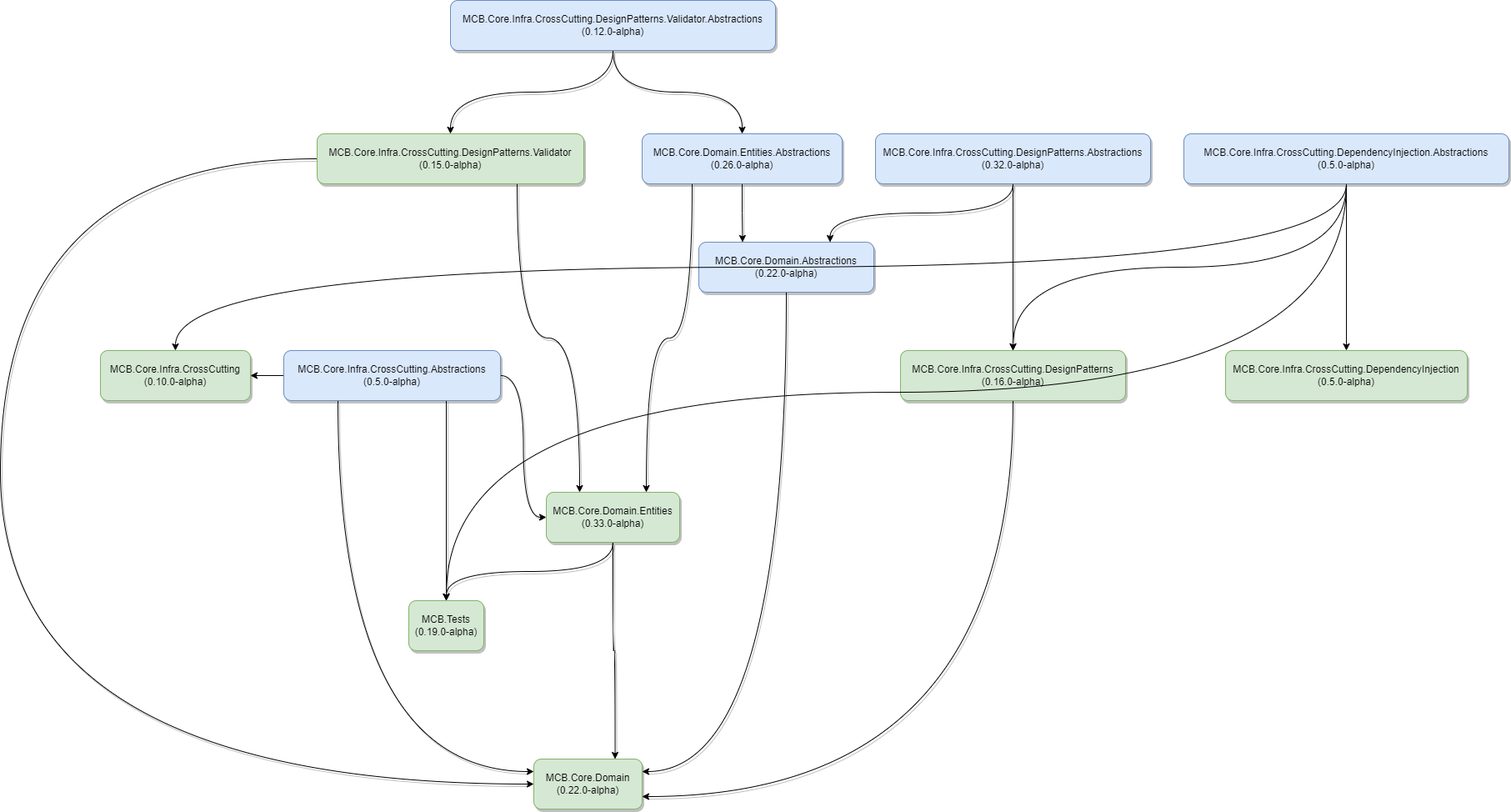
MarceloCas/Docs keeps this draw.io diagram as Core/diagrams/exported/core-overview.drawio.png. Above is the earlier version. Source tidied: cells renumbered, new cells last; positions are measured from the earlier drawing's top-left corner, leaving out a move shared by most shapes.
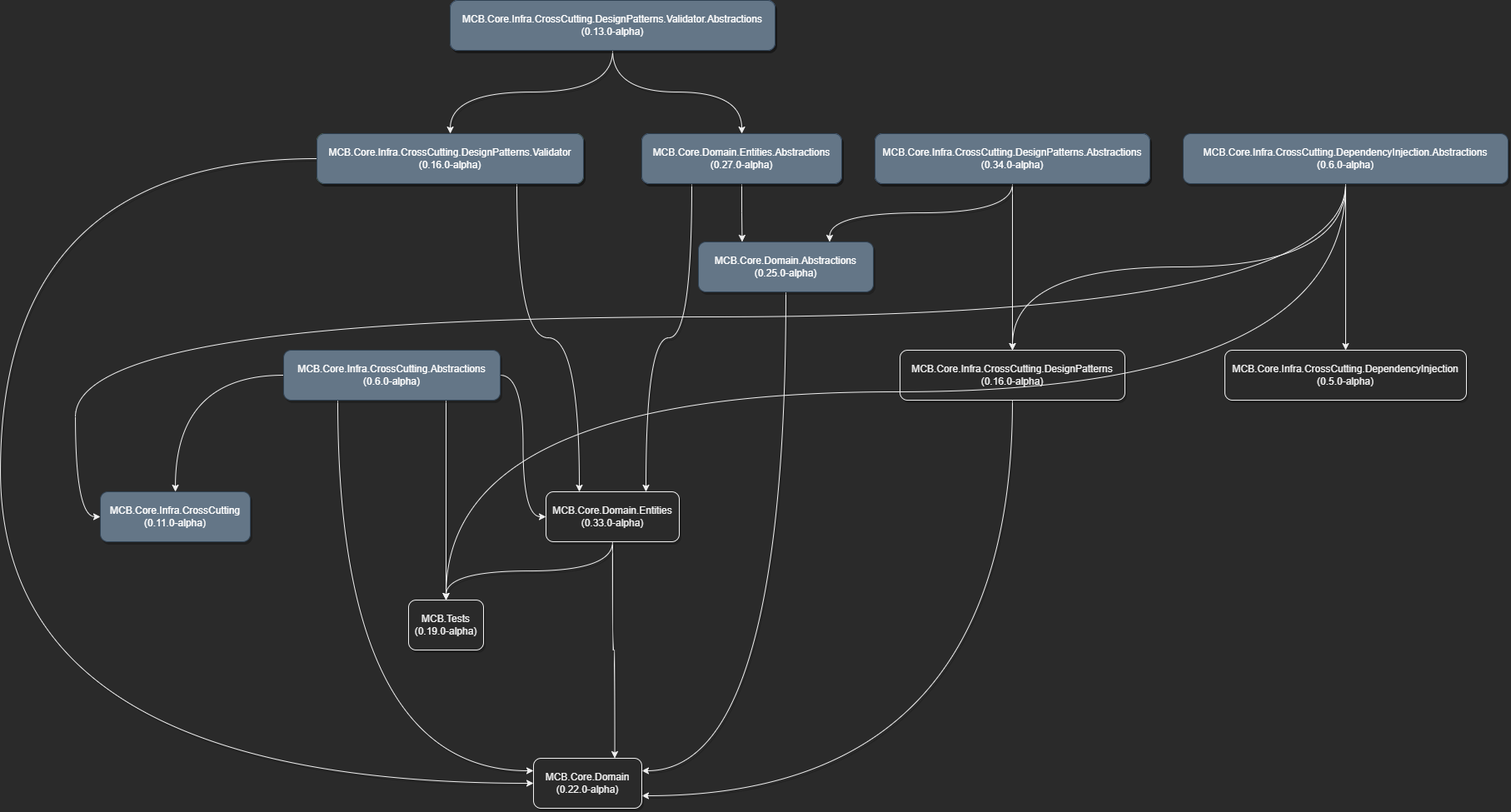
The same diagram one commit later.

Commit message:
doc: update package versions

Diff of the diagram source:
```diff
@@ -14,7 +14,7 @@
     <mxCell id="5" style="edgeStyle=orthogonalEdgeStyle;rounded=0;jettySize=auto;html=1;curved=1;" parent="1" edge="1" source="6" target="34">
       <mxGeometry relative="1" as="geometry" />
     </mxCell>
-    <mxCell id="6" value="MCB.Core.Infra.CrossCutting.Abstractions&lt;br&gt;(0.5.0-alpha)" style="rounded=1;whiteSpace=wrap;html=1;shadow=1;fillColor=#dae8fc;strokeColor=#6c8ebf;" parent="1" vertex="1">
+    <mxCell id="6" value="MCB.Core.Infra.CrossCutting.Abstractions&lt;br&gt;(0.6.0-alpha)" style="rounded=1;whiteSpace=wrap;html=1;shadow=1;fillColor=#647687;strokeColor=#314354;fontColor=#ffffff;" parent="1" vertex="1">
       <mxGeometry x="340" y="420" width="260" height="60" as="geometry" />
     </mxCell>
     <mxCell id="7" style="edgeStyle=orthogonalEdgeStyle;rounded=1;jettySize=auto;html=1;shadow=1;curved=1;" parent="1" edge="1" source="9" target="11">
@@ -23,13 +23,13 @@
     <mxCell id="8" style="edgeStyle=orthogonalEdgeStyle;rounded=1;jettySize=auto;html=1;exitX=0.5;exitY=1;exitDx=0;exitDy=0;entryX=0.75;entryY=0;entryDx=0;entryDy=0;shadow=1;curved=1;" parent="1" edge="1" source="9" target="22">
       <mxGeometry relative="1" as="geometry" />
     </mxCell>
-    <mxCell id="9" value="MCB.Core.Infra.CrossCutting.DesignPatterns.Abstractions&lt;br&gt;(0.32.0-alpha)" style="rounded=1;whiteSpace=wrap;html=1;shadow=1;fillColor=#dae8fc;strokeColor=#6c8ebf;" parent="1" vertex="1">
+    <mxCell id="9" value="MCB.Core.Infra.CrossCutting.DesignPatterns.Abstractions&lt;br&gt;(0.33.0-alpha)" style="rounded=1;whiteSpace=wrap;html=1;shadow=1;fillColor=#dae8fc;strokeColor=#6c8ebf;" parent="1" vertex="1">
       <mxGeometry x="1050" y="160" width="330" height="60" as="geometry" />
     </mxCell>
     <mxCell id="10" style="edgeStyle=orthogonalEdgeStyle;rounded=1;jettySize=auto;html=1;exitX=0.5;exitY=1;exitDx=0;exitDy=0;entryX=1;entryY=0.75;entryDx=0;entryDy=0;shadow=1;curved=1;" parent="1" edge="1" source="11" target="23">
       <mxGeometry relative="1" as="geometry" />
     </mxCell>
-    <mxCell id="11" value="MCB.Core.Infra.CrossCutting.DesignPatterns&lt;br&gt;(0.16.0-alpha)" style="rounded=1;whiteSpace=wrap;html=1;shadow=1;fillColor=#d5e8d4;strokeColor=#82b366;" parent="1" vertex="1">
+    <mxCell id="11" value="MCB.Core.Infra.CrossCutting.DesignPatterns&lt;br&gt;(0.16.0-alpha)" style="rounded=1;whiteSpace=wrap;html=1;shadow=1;" parent="1" vertex="1">
       <mxGeometry x="1080" y="420" width="270" height="60" as="geometry" />
     </mxCell>
     <mxCell id="12" style="edgeStyle=orthogonalEdgeStyle;rounded=1;jettySize=auto;html=1;exitX=0.5;exitY=1;exitDx=0;exitDy=0;shadow=1;curved=1;" parent="1" edge="1" source="14" target="17">
@@ -38,7 +38,7 @@
     <mxCell id="13" style="edgeStyle=orthogonalEdgeStyle;rounded=1;jettySize=auto;html=1;exitX=0.5;exitY=1;exitDx=0;exitDy=0;shadow=1;curved=1;" parent="1" edge="1" source="14" target="20">
       <mxGeometry relative="1" as="geometry" />
     </mxCell>
-    <mxCell id="14" value="MCB.Core.Infra.CrossCutting.DesignPatterns.Validator.Abstractions&lt;br&gt;(0.12.0-alpha)" style="rounded=1;whiteSpace=wrap;html=1;shadow=1;fillColor=#dae8fc;strokeColor=#6c8ebf;" parent="1" vertex="1">
+    <mxCell id="14" value="MCB.Core.Infra.CrossCutting.DesignPatterns.Validator.Abstractions&lt;br&gt;(0.13.0-alpha)" style="rounded=1;whiteSpace=wrap;html=1;shadow=1;fillColor=#dae8fc;strokeColor=#6c8ebf;" parent="1" vertex="1">
       <mxGeometry x="540" width="390" height="60" as="geometry" />
     </mxCell>
     <mxCell id="15" style="edgeStyle=orthogonalEdgeStyle;rounded=1;jettySize=auto;html=1;exitX=0.75;exitY=1;exitDx=0;exitDy=0;entryX=0.25;entryY=0;entryDx=0;entryDy=0;shadow=1;curved=1;" parent="1" edge="1" source="17" target="26">
@@ -52,7 +52,7 @@
         </Array>
       </mxGeometry>
     </mxCell>
-    <mxCell id="17" value="MCB.Core.Infra.CrossCutting.DesignPatterns.Validator&lt;br&gt;(0.15.0-alpha)" style="rounded=1;whiteSpace=wrap;html=1;shadow=1;fillColor=#d5e8d4;strokeColor=#82b366;" parent="1" vertex="1">
+    <mxCell id="17" value="MCB.Core.Infra.CrossCutting.DesignPatterns.Validator&lt;br&gt;(0.16.0-alpha)" style="rounded=1;whiteSpace=wrap;html=1;shadow=1;fillColor=#d5e8d4;strokeColor=#82b366;" parent="1" vertex="1">
       <mxGeometry x="380" y="160" width="320" height="60" as="geometry" />
     </mxCell>
     <mxCell id="18" style="edgeStyle=orthogonalEdgeStyle;rounded=1;jettySize=auto;html=1;exitX=0.5;exitY=1;exitDx=0;exitDy=0;entryX=0.25;entryY=0;entryDx=0;entryDy=0;shadow=1;curved=1;" parent="1" edge="1" source="20" target="22">
@@ -61,16 +61,16 @@
     <mxCell id="19" style="edgeStyle=orthogonalEdgeStyle;rounded=1;jettySize=auto;html=1;exitX=0.25;exitY=1;exitDx=0;exitDy=0;entryX=0.75;entryY=0;entryDx=0;entryDy=0;shadow=1;curved=1;" parent="1" edge="1" source="20" target="26">
       <mxGeometry relative="1" as="geometry" />
     </mxCell>
-    <mxCell id="20" value="MCB.Core.Domain.Entities.Abstractions&lt;br&gt;(0.26.0-alpha)" style="rounded=1;whiteSpace=wrap;html=1;shadow=1;fillColor=#dae8fc;strokeColor=#6c8ebf;" parent="1" vertex="1">
+    <mxCell id="20" value="MCB.Core.Domain.Entities.Abstractions&lt;br&gt;(0.27.0-alpha)" style="rounded=1;whiteSpace=wrap;html=1;shadow=1;fillColor=#dae8fc;strokeColor=#6c8ebf;" parent="1" vertex="1">
       <mxGeometry x="770" y="160" width="240" height="60" as="geometry" />
     </mxCell>
     <mxCell id="21" style="edgeStyle=orthogonalEdgeStyle;rounded=1;jettySize=auto;html=1;exitX=0.5;exitY=1;exitDx=0;exitDy=0;entryX=1;entryY=0.25;entryDx=0;entryDy=0;shadow=1;curved=1;" parent="1" edge="1" source="22" target="23">
       <mxGeometry relative="1" as="geometry" />
     </mxCell>
-    <mxCell id="22" value="MCB.Core.Domain.Abstractions&lt;br&gt;(0.22.0-alpha)" style="rounded=1;whiteSpace=wrap;html=1;shadow=1;fillColor=#dae8fc;strokeColor=#6c8ebf;" parent="1" vertex="1">
+    <mxCell id="22" value="MCB.Core.Domain.Abstractions&lt;br&gt;(0.25.0-alpha)" style="rounded=1;whiteSpace=wrap;html=1;shadow=1;fillColor=#647687;strokeColor=#314354;fontColor=#ffffff;" parent="1" vertex="1">
       <mxGeometry x="838" y="290" width="210" height="60" as="geometry" />
     </mxCell>
-    <mxCell id="23" value="MCB.Core.Domain&lt;br&gt;(0.22.0-alpha)" style="rounded=1;whiteSpace=wrap;html=1;shadow=1;fillColor=#d5e8d4;strokeColor=#82b366;" parent="1" vertex="1">
+    <mxCell id="23" value="MCB.Core.Domain&lt;br&gt;(0.22.0-alpha)" style="rounded=1;whiteSpace=wrap;html=1;shadow=1;" parent="1" vertex="1">
       <mxGeometry x="640" y="910" width="130" height="60" as="geometry" />
     </mxCell>
     <mxCell id="24" style="edgeStyle=orthogonalEdgeStyle;rounded=1;jettySize=auto;html=1;exitX=0.5;exitY=1;exitDx=0;exitDy=0;entryX=0.75;entryY=0;entryDx=0;entryDy=0;shadow=1;curved=1;" parent="1" edge="1" source="26" target="23">
@@ -79,10 +79,10 @@
     <mxCell id="25" style="edgeStyle=orthogonalEdgeStyle;rounded=0;jettySize=auto;html=1;entryX=0.5;entryY=1;entryDx=0;entryDy=0;exitX=0.5;exitY=0;exitDx=0;exitDy=0;startArrow=classic;startFill=1;endArrow=none;endFill=0;shadow=1;curved=1;" parent="1" edge="1" source="27" target="26">
       <mxGeometry relative="1" as="geometry" />
     </mxCell>
-    <mxCell id="26" value="MCB.Core.Domain.Entities&lt;br&gt;(0.33.0-alpha)" style="rounded=1;whiteSpace=wrap;html=1;shadow=1;fillColor=#d5e8d4;strokeColor=#82b366;" parent="1" vertex="1">
+    <mxCell id="26" value="MCB.Core.Domain.Entities&lt;br&gt;(0.33.0-alpha)" style="rounded=1;whiteSpace=wrap;html=1;shadow=1;" parent="1" vertex="1">
       <mxGeometry x="655" y="590" width="160" height="60" as="geometry" />
     </mxCell>
-    <mxCell id="27" value="MCB.Tests&lt;br&gt;(0.19.0-alpha)" style="rounded=1;whiteSpace=wrap;html=1;shadow=1;fillColor=#d5e8d4;strokeColor=#82b366;" parent="1" vertex="1">
+    <mxCell id="27" value="MCB.Tests&lt;br&gt;(0.19.0-alpha)" style="rounded=1;whiteSpace=wrap;html=1;shadow=1;" parent="1" vertex="1">
       <mxGeometry x="490" y="720" width="90" height="60" as="geometry" />
     </mxCell>
     <mxCell id="28" style="edgeStyle=orthogonalEdgeStyle;rounded=0;jettySize=auto;html=1;exitX=0.5;exitY=1;exitDx=0;exitDy=0;entryX=0.5;entryY=0;entryDx=0;entryDy=0;curved=1;" parent="1" edge="1" source="32" target="11">
@@ -95,16 +95,34 @@
       <mxGeometry relative="1" as="geometry" />
     </mxCell>
     <mxCell id="31" style="edgeStyle=orthogonalEdgeStyle;curved=1;rounded=0;jettySize=auto;html=1;exitX=0.5;exitY=1;exitDx=0;exitDy=0;" parent="1" edge="1" source="32" target="34">
-      <mxGeometry relative="1" as="geometry" />
+      <mxGeometry relative="1" as="geometry">
+        <Array as="points">
+          <mxPoint x="1615" y="380" />
+          <mxPoint x="90" y="380" />
+          <mxPoint x="90" y="620" />
+        </Array>
+      </mxGeometry>
     </mxCell>
-    <mxCell id="32" value="MCB.Core.Infra.CrossCutting.DependencyInjection.Abstractions&lt;br&gt;(0.5.0-alpha)" style="rounded=1;whiteSpace=wrap;html=1;shadow=1;fillColor=#dae8fc;strokeColor=#6c8ebf;" parent="1" vertex="1">
+    <mxCell id="32" value="MCB.Core.Infra.CrossCutting.DependencyInjection.Abstractions&lt;br&gt;(0.6.0-alpha)" style="rounded=1;whiteSpace=wrap;html=1;shadow=1;fillColor=#647687;strokeColor=#314354;fontColor=#ffffff;" parent="1" vertex="1">
       <mxGeometry x="1420" y="160" width="390" height="60" as="geometry" />
     </mxCell>
-    <mxCell id="33" value="MCB.Core.Infra.CrossCutting.DependencyInjection&lt;br&gt;(0.5.0-alpha)" style="rounded=1;whiteSpace=wrap;html=1;shadow=1;fillColor=#d5e8d4;strokeColor=#82b366;" parent="1" vertex="1">
+    <mxCell id="33" value="MCB.Core.Infra.CrossCutting.DependencyInjection&lt;br&gt;(0.5.0-alpha)" style="rounded=1;whiteSpace=wrap;html=1;shadow=1;" parent="1" vertex="1">
       <mxGeometry x="1470" y="420" width="290" height="60" as="geometry" />
     </mxCell>
-    <mxCell id="34" value="MCB.Core.Infra.CrossCutting&lt;br&gt;(0.10.0-alpha)" style="rounded=1;whiteSpace=wrap;html=1;shadow=1;fillColor=#d5e8d4;strokeColor=#82b366;" parent="1" vertex="1">
-      <mxGeometry x="120" y="420" width="180" height="60" as="geometry" />
+    <mxCell id="34" value="MCB.Core.Infra.CrossCutting&lt;br&gt;(0.11.0-alpha)" style="rounded=1;whiteSpace=wrap;html=1;shadow=1;fillColor=#647687;strokeColor=#314354;fontColor=#ffffff;" parent="1" vertex="1">
+      <mxGeometry x="120" y="590" width="180" height="60" as="geometry" />
     </mxCell>
+    <mxCell id="35" value="MCB.Core.Infra.CrossCutting.DesignPatterns.Validator.Abstractions&lt;br&gt;(0.13.0-alpha)" style="rounded=1;whiteSpace=wrap;html=1;shadow=1;fillColor=#647687;strokeColor=#314354;fontColor=#ffffff;" parent="1" vertex="1">
+      <mxGeometry x="540" width="390" height="60" as="geometry" />
+    </mxCell>
+    <mxCell id="36" value="MCB.Core.Infra.CrossCutting.DesignPatterns.Validator&lt;br&gt;(0.16.0-alpha)" style="rounded=1;whiteSpace=wrap;html=1;shadow=1;fillColor=#647687;strokeColor=#314354;fontColor=#ffffff;" parent="1" vertex="1">
+      <mxGeometry x="380" y="160" width="320" height="60" as="geometry" />
+    </mxCell>
+    <mxCell id="37" value="MCB.Core.Domain.Entities.Abstractions&lt;br&gt;(0.27.0-alpha)" style="rounded=1;whiteSpace=wrap;html=1;shadow=1;fillColor=#647687;strokeColor=#314354;fontColor=#ffffff;" parent="1" vertex="1">
+      <mxGeometry x="770" y="160" width="240" height="60" as="geometry" />
+    </mxCell>
+    <mxCell id="38" value="MCB.Core.Infra.CrossCutting.DesignPatterns.Abstractions&lt;br&gt;(0.34.0-alpha)" style="rounded=1;whiteSpace=wrap;html=1;shadow=1;fillColor=#647687;strokeColor=#314354;fontColor=#ffffff;" parent="1" vertex="1">
+      <mxGeometry x="1050" y="160" width="330" height="60" as="geometry" />
+    </mxCell>
   </root>
 </mxGraphModel>
```
